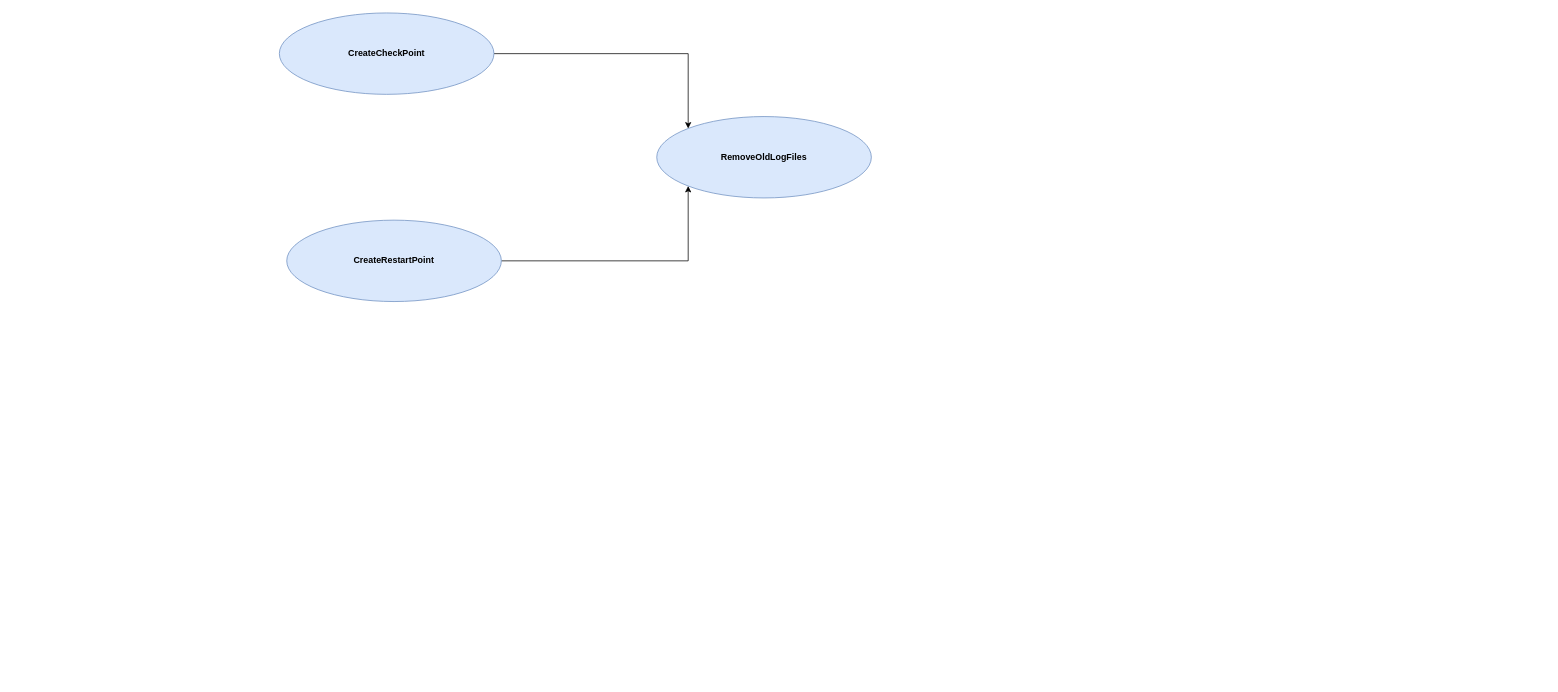
The draw.io diagram page "PostgreSQLRemoveRecycleWAL" (3 of 5) of docs/patroni-trigger-reinitialize-workflow.drawio in xin49/patroni, before the edit. Source tidied: cells renumbered, new cells numbered last; positions are measured from the earlier drawing's top-left corner, leaving out a move shared by most shapes. Both pictures are drawn from the tidied source at 74%, with x=0, y=0 at pixel (279, 13).
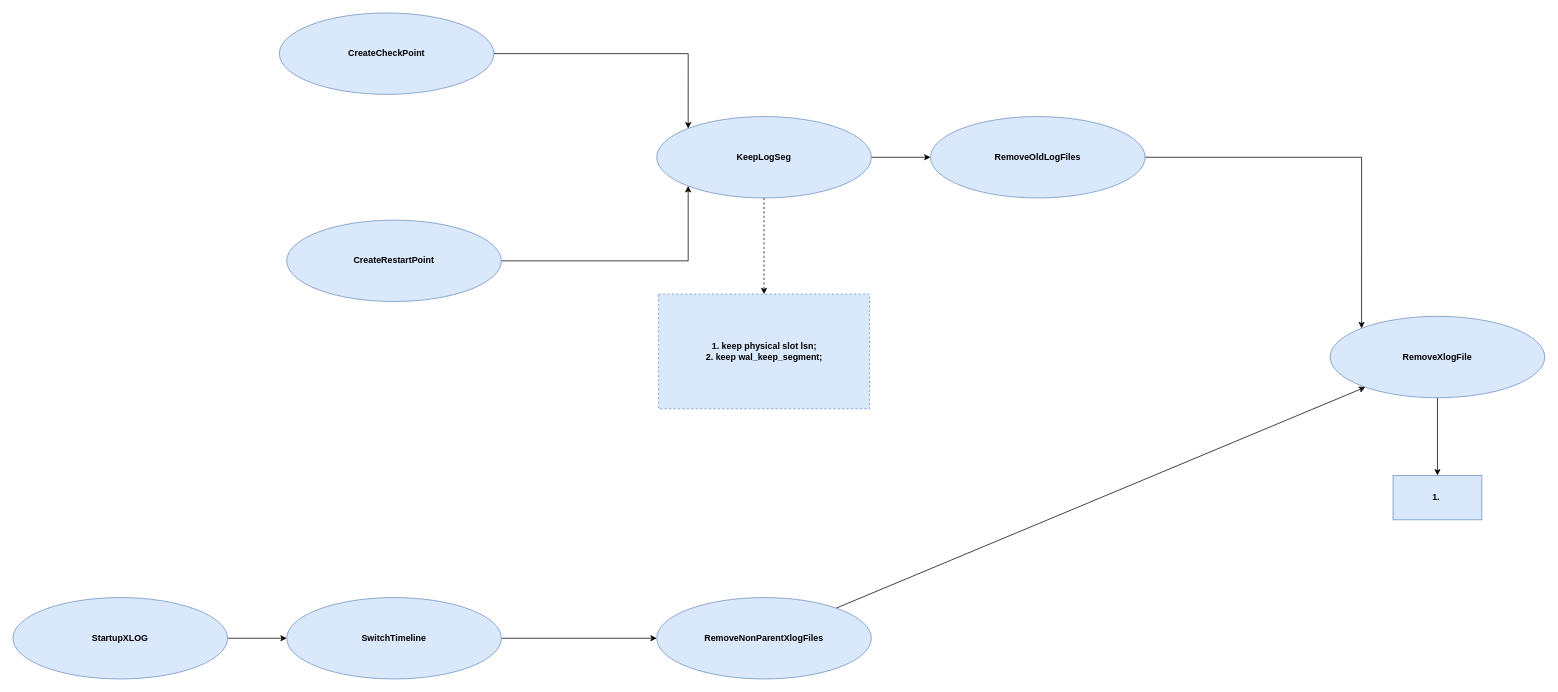
After the change.

The edit, as a diff of the source:
```diff
@@
+    <mxCell id="7" style="edgeStyle=orthogonalEdgeStyle;rounded=0;jettySize=auto;html=1;" parent="1" edge="1" source="2" target="16">
+      <mxGeometry relative="1" as="geometry" />
+    </mxCell>
+    <mxCell id="8" style="edgeStyle=orthogonalEdgeStyle;rounded=0;jettySize=auto;html=1;dashed=1;" parent="1" edge="1" source="2" target="17">
+      <mxGeometry relative="1" as="geometry" />
+    </mxCell>
-    <mxCell id="2" value="RemoveOldLogFiles" style="ellipse;whiteSpace=wrap;html=1;fillColor=#dae8fc;strokeColor=#6c8ebf;fontStyle=1;" parent="1" vertex="1">
+    <mxCell id="2" value="KeepLogSeg" style="ellipse;whiteSpace=wrap;html=1;fillColor=#dae8fc;strokeColor=#6c8ebf;fontStyle=1;" parent="1" vertex="1">
       <mxGeometry x="510" y="140" width="290" height="110" as="geometry" />
     </mxCell>
@@
+    <mxCell id="9" style="edgeStyle=orthogonalEdgeStyle;rounded=0;jettySize=auto;html=1;" parent="1" edge="1" source="10" target="18">
+      <mxGeometry relative="1" as="geometry" />
+    </mxCell>
+    <mxCell id="10" value="RemoveXlogFile" style="ellipse;whiteSpace=wrap;html=1;fillColor=#dae8fc;strokeColor=#6c8ebf;fontStyle=1;" parent="1" vertex="1">
+      <mxGeometry x="1420" y="410" width="290" height="110" as="geometry" />
+    </mxCell>
+    <mxCell id="11" style="rounded=0;jettySize=auto;html=1;" parent="1" edge="1" source="12" target="10">
+      <mxGeometry relative="1" as="geometry" />
+    </mxCell>
+    <mxCell id="12" value="RemoveNonParentXlogFiles" style="ellipse;whiteSpace=wrap;html=1;fillColor=#dae8fc;strokeColor=#6c8ebf;fontStyle=1;" parent="1" vertex="1">
+      <mxGeometry x="510" y="790" width="290" height="110" as="geometry" />
+    </mxCell>
+    <mxCell id="13" style="edgeStyle=orthogonalEdgeStyle;rounded=0;jettySize=auto;html=1;entryX=0;entryY=0.5;entryDx=0;entryDy=0;" parent="1" edge="1" source="14" target="20">
+      <mxGeometry relative="1" as="geometry" />
+    </mxCell>
+    <mxCell id="14" value="StartupXLOG" style="ellipse;whiteSpace=wrap;html=1;fillColor=#dae8fc;strokeColor=#6c8ebf;fontStyle=1;" parent="1" vertex="1">
+      <mxGeometry x="-360" y="790" width="290" height="110" as="geometry" />
+    </mxCell>
+    <mxCell id="15" style="edgeStyle=orthogonalEdgeStyle;rounded=0;jettySize=auto;html=1;entryX=0;entryY=0;entryDx=0;entryDy=0;" parent="1" edge="1" source="16" target="10">
+      <mxGeometry relative="1" as="geometry" />
+    </mxCell>
+    <mxCell id="16" value="RemoveOldLogFiles" style="ellipse;whiteSpace=wrap;html=1;fillColor=#dae8fc;strokeColor=#6c8ebf;fontStyle=1;" parent="1" vertex="1">
+      <mxGeometry x="880" y="140" width="290" height="110" as="geometry" />
+    </mxCell>
+    <mxCell id="17" value="1. keep physical slot lsn;&lt;br&gt;2. keep wal_keep_segment;" style="whiteSpace=wrap;html=1;fillColor=#dae8fc;strokeColor=#6c8ebf;fontStyle=1;dashed=1;" parent="1" vertex="1">
+      <mxGeometry x="512.5" y="380" width="285" height="155" as="geometry" />
+    </mxCell>
+    <mxCell id="18" value="1.&amp;nbsp;" style="whiteSpace=wrap;html=1;fillColor=#dae8fc;strokeColor=#6c8ebf;fontStyle=1;" parent="1" vertex="1">
+      <mxGeometry x="1505" y="625" width="120" height="60" as="geometry" />
+    </mxCell>
+    <mxCell id="19" style="edgeStyle=orthogonalEdgeStyle;rounded=0;jettySize=auto;html=1;entryX=0;entryY=0.5;entryDx=0;entryDy=0;" parent="1" edge="1" source="20" target="12">
+      <mxGeometry relative="1" as="geometry" />
+    </mxCell>
+    <mxCell id="20" value="SwitchTimeline" style="ellipse;whiteSpace=wrap;html=1;fillColor=#dae8fc;strokeColor=#6c8ebf;fontStyle=1;" parent="1" vertex="1">
+      <mxGeometry x="10" y="790" width="290" height="110" as="geometry" />
+    </mxCell>
```
